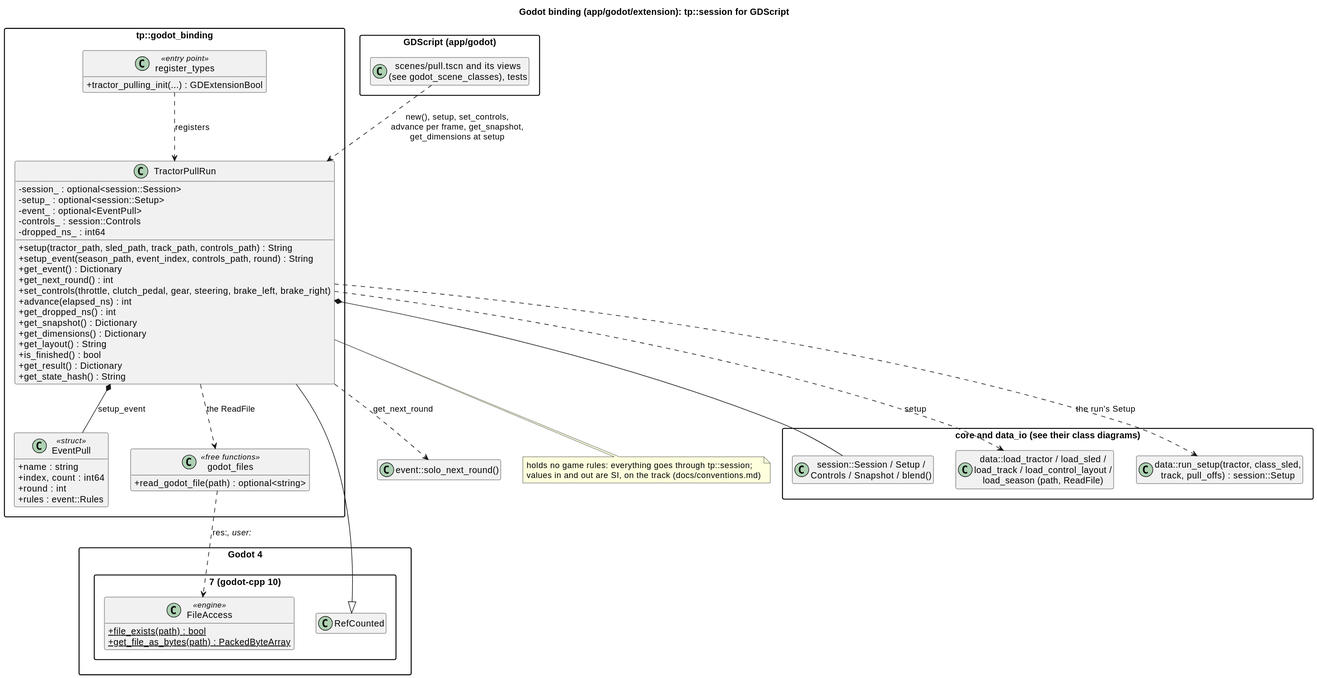
The PlantUML diagram docs/diagrams/svg/godot_classes.svg in wversteeg/TractorPulling, before a commit.
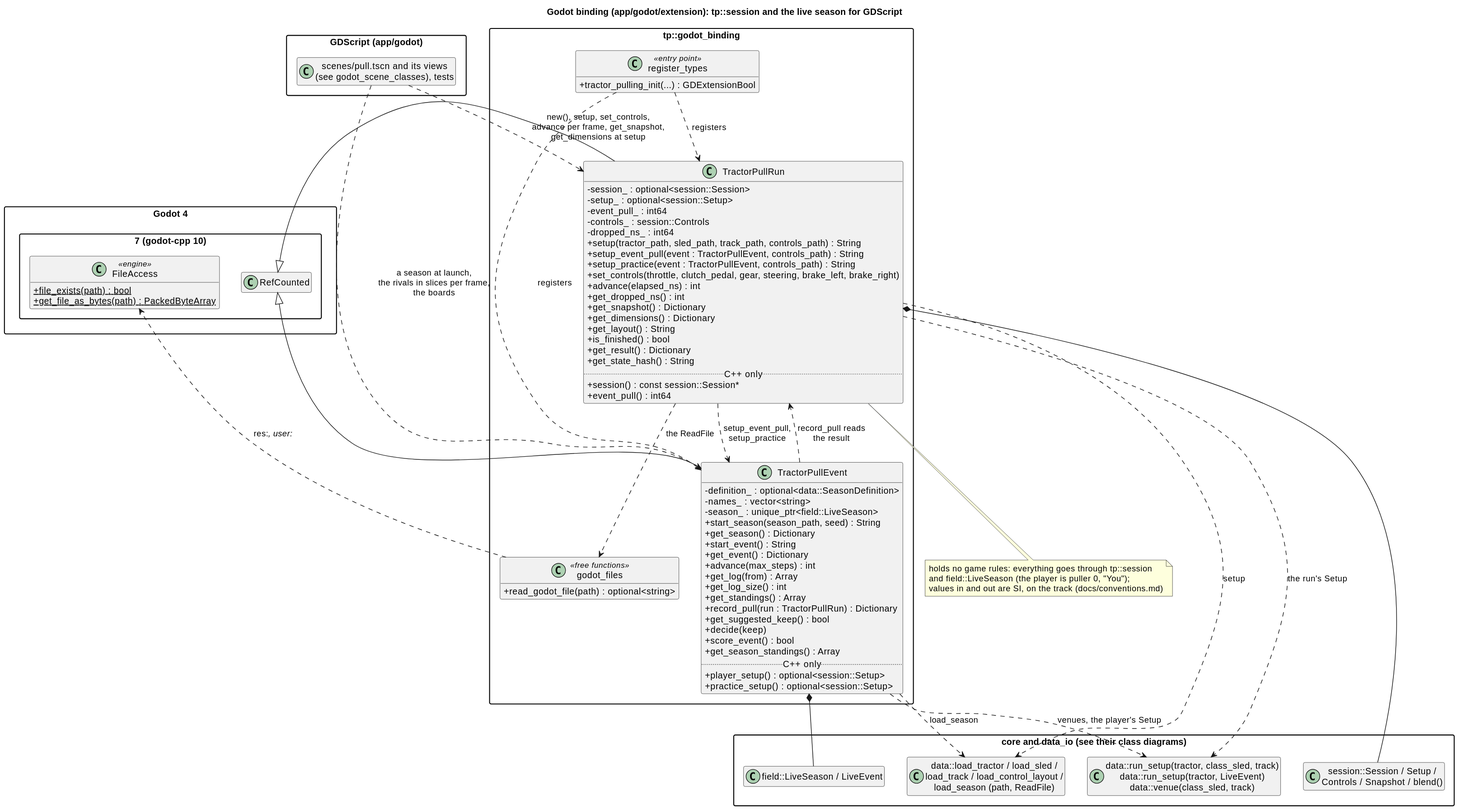
After the change.

The edit, as a diff of the source:
```diff
@@ -1,5 +1,5 @@
 @startuml
-title Godot binding (app/godot/extension): tp::session for GDScript
+title Godot binding (app/godot/extension): tp::session and the live season for GDScript
 hide empty members
 skinparam packageStyle rectangle
 skinparam classAttributeIconSize 0
@@ -16,13 +16,12 @@
   class TractorPullRun {
     -session_ : optional<session::Session>
     -setup_ : optional<session::Setup>
-    -event_ : optional<EventPull>
+    -event_pull_ : int64
     -controls_ : session::Controls
     -dropped_ns_ : int64
     +setup(tractor_path, sled_path, track_path, controls_path) : String
-    +setup_event(season_path, event_index, controls_path, round) : String
-    +get_event() : Dictionary
-    +get_next_round() : int
+    +setup_event_pull(event : TractorPullEvent, controls_path) : String
+    +setup_practice(event : TractorPullEvent, controls_path) : String
     +set_controls(throttle, clutch_pedal, gear, steering, brake_left, brake_right)
     +advance(elapsed_ns) : int
     +get_dropped_ns() : int
@@ -32,12 +31,30 @@
     +is_finished() : bool
     +get_result() : Dictionary
     +get_state_hash() : String
+    ..C++ only..
+    +session() : const session::Session*
+    +event_pull() : int64
   }
-  class EventPull <<struct>> {
-    +name : string
-    +index, count : int64
-    +round : int
-    +rules : event::Rules
+  class TractorPullEvent {
+    -definition_ : optional<data::SeasonDefinition>
+    -names_ : vector<string>
+    -season_ : unique_ptr<field::LiveSeason>
+    +start_season(season_path, seed) : String
+    +get_season() : Dictionary
+    +start_event() : String
+    +get_event() : Dictionary
+    +advance(max_steps) : int
+    +get_log(from) : Array
+    +get_log_size() : int
+    +get_standings() : Array
+    +record_pull(run : TractorPullRun) : Dictionary
+    +get_suggested_keep() : bool
+    +decide(keep)
+    +score_event() : bool
+    +get_season_standings() : Array
+    ..C++ only..
+    +player_setup() : optional<session::Setup>
+    +practice_setup() : optional<session::Setup>
   }
   class "godot_files" as Files <<free functions>> {
     +read_godot_file(path) : optional<string>
@@ -50,7 +67,8 @@
 package "core and data_io (see their class diagrams)" {
   class "session::Session / Setup /\nControls / Snapshot / blend()" as Session
   class "data::load_tractor / load_sled /\nload_track / load_control_layout /\nload_season (path, ReadFile)" as Loaders
-  class "data::run_setup(tractor, class_sled,\ntrack, pull_offs) : session::Setup" as RunSetup
+  class "data::run_setup(tractor, class_sled, track)\ndata::run_setup(tractor, LiveEvent)\ndata::venue(class_sled, track)" as RunSetup
+  class "field::LiveSeason / LiveEvent" as Live
 }
 
 package "GDScript (app/godot)" {
@@ -58,18 +76,24 @@
 }
 
 RefCounted <|-- TractorPullRun
+RefCounted <|-- TractorPullEvent
 Register ..> TractorPullRun : registers
+Register ..> TractorPullEvent : registers
+TractorPullEvent *-- Live
+TractorPullEvent ..> Loaders : load_season
+TractorPullEvent ..> RunSetup : venues, the player's Setup
+TractorPullRun ..> TractorPullEvent : setup_event_pull,\nsetup_practice
+TractorPullEvent ..> TractorPullRun : record_pull reads\nthe result
 TractorPullRun *-- Session
 TractorPullRun ..> Loaders : setup
 TractorPullRun ..> RunSetup : the run's Setup
-TractorPullRun *-- EventPull : setup_event
-class "event::solo_next_round()" as Solo
-TractorPullRun ..> Solo : get_next_round
 TractorPullRun ..> Files : the ReadFile
 Files ..> FileAccess : res://, user://
 Scripts ..> TractorPullRun : new(), setup, set_controls,\nadvance per frame, get_snapshot,\nget_dimensions at setup
+Scripts ..> TractorPullEvent : a season at launch,\nthe rivals in slices per frame,\nthe boards
 note bottom of TractorPullRun
-  holds no game rules: everything goes through tp::session;
+  holds no game rules: everything goes through tp::session
+  and field::LiveSeason (the player is puller 0, "You");
   values in and out are SI, on the track (docs/conventions.md)
 end note
 @enduml
```
